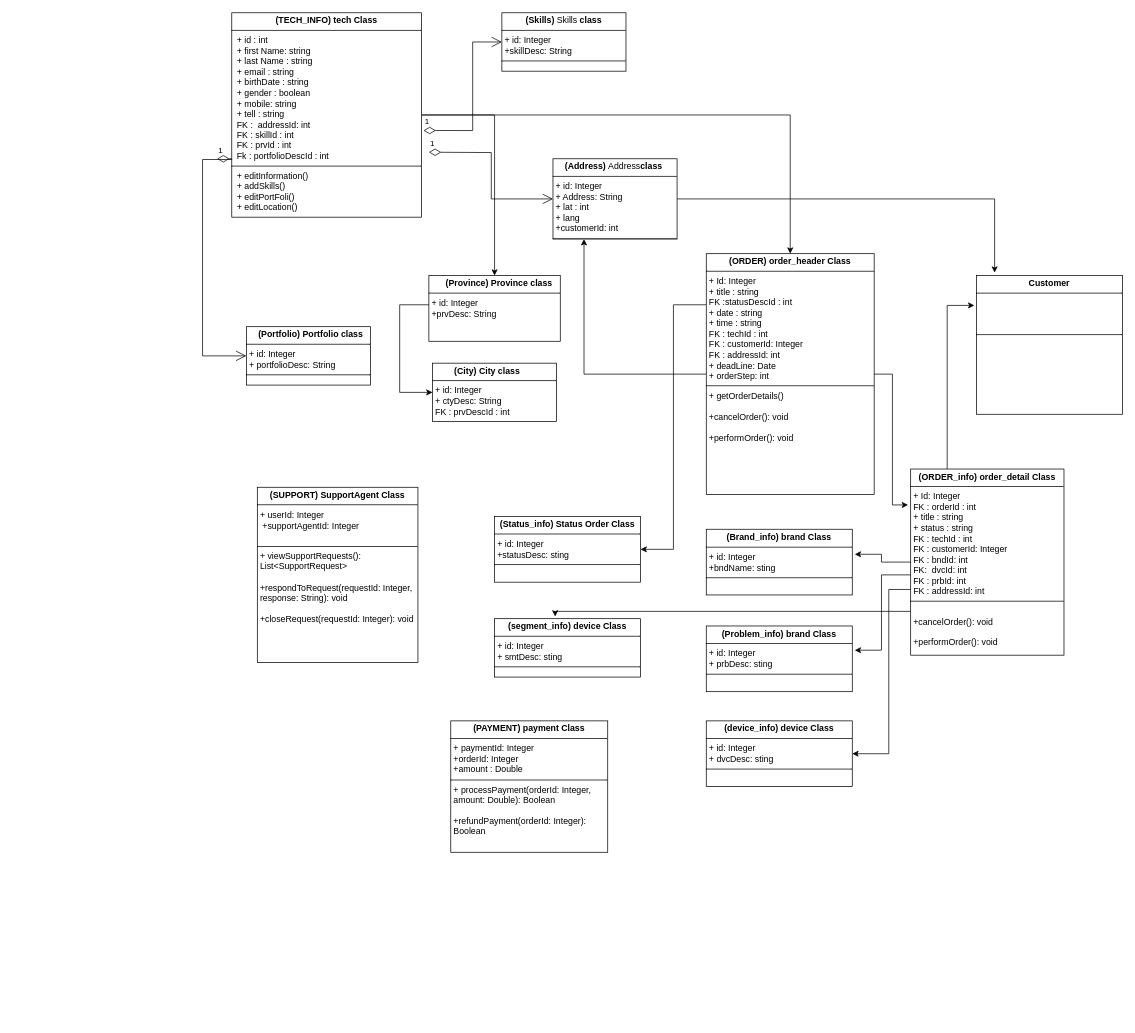
Earlier version of the draw.io diagram tech.drawio (reyhanehSP/pwaTech). Source tidied: cells renumbered, new cells numbered last; positions are measured from the earlier drawing's top-left corner, leaving out a move shared by most shapes. Both pictures are drawn from the tidied source at 73%, with x=0, y=0 at pixel (202, 12).
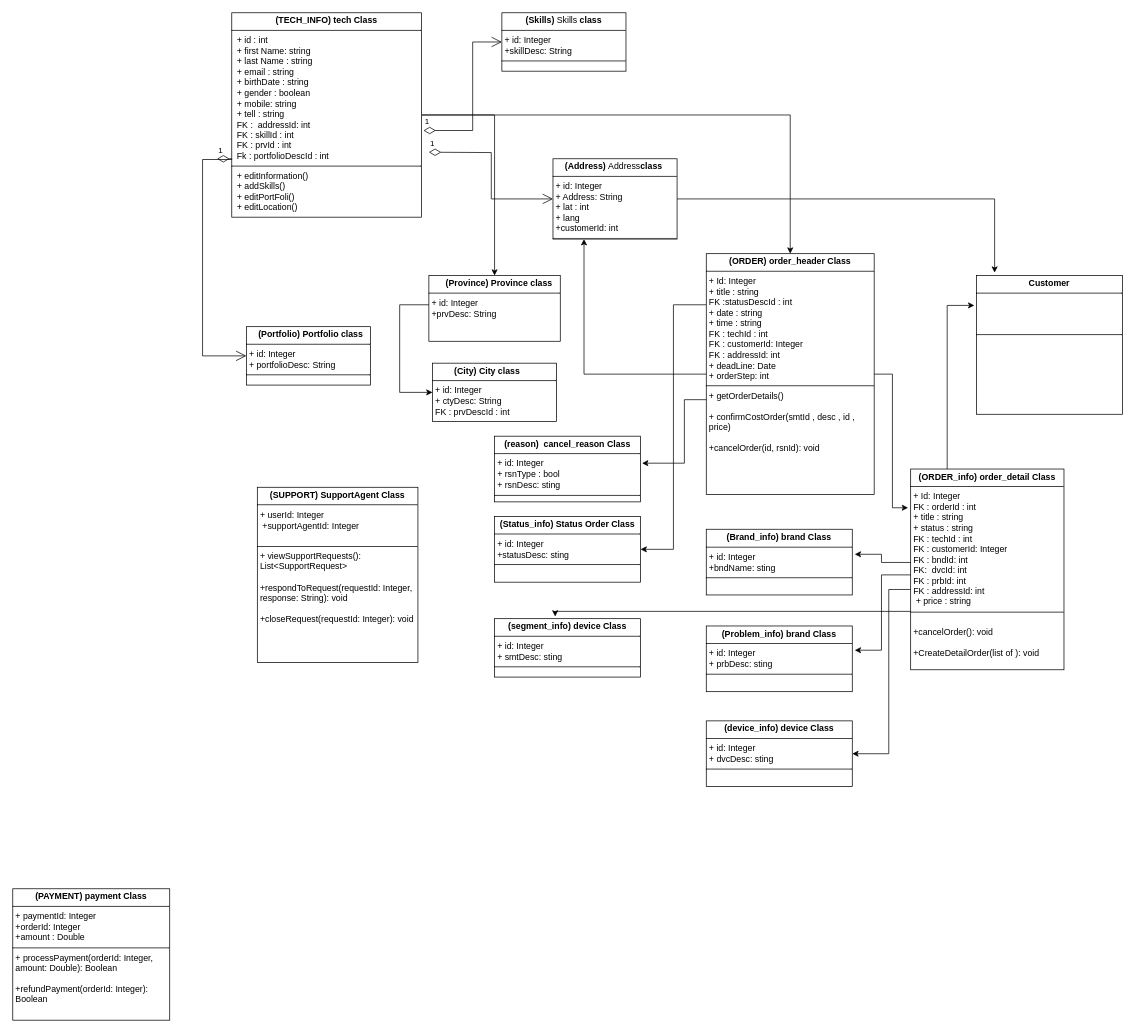
After the change.

The edit, as a diff of the source:
```diff
@@
-    <mxCell id="8" value="&lt;p style=&quot;margin:0px;margin-top:4px;text-align:center;&quot;&gt;&lt;b&gt;(ORDER)&amp;nbsp;&lt;/b&gt;&lt;b style=&quot;background-color: initial;&quot;&gt;order_header Class&lt;/b&gt;&lt;/p&gt;&lt;hr size=&quot;1&quot; style=&quot;border-style:solid;&quot;&gt;&lt;p style=&quot;margin:0px;margin-left:4px;&quot;&gt;+ Id: Integer&lt;/p&gt;&lt;p style=&quot;margin:0px;margin-left:4px;&quot;&gt;+ title : string&lt;/p&gt;&lt;p style=&quot;margin:0px;margin-left:4px;&quot;&gt;FK :statusDescId : int&lt;br&gt;+ date : string&lt;br&gt;+ time : string&lt;/p&gt;&lt;p style=&quot;margin:0px;margin-left:4px;&quot;&gt;&lt;span style=&quot;background-color: initial;&quot;&gt;FK :&lt;/span&gt;&amp;nbsp;techId : int&lt;br&gt;&lt;/p&gt;&lt;p style=&quot;margin:0px;margin-left:4px;&quot;&gt;FK : customerId: Integer&lt;/p&gt;&lt;p style=&quot;margin:0px;margin-left:4px;&quot;&gt;FK :&amp;nbsp;addressId: int&lt;/p&gt;&lt;p style=&quot;margin:0px;margin-left:4px;&quot;&gt;+ deadLine: Date&lt;/p&gt;&lt;p style=&quot;margin:0px;margin-left:4px;&quot;&gt;+ orderStep: int&amp;nbsp;&lt;/p&gt;&lt;hr size=&quot;1&quot; style=&quot;border-style:solid;&quot;&gt;&lt;p style=&quot;margin:0px;margin-left:4px;&quot;&gt;+ getOrderDetails()&lt;br&gt;&lt;br&gt;+cancelOrder(): void&lt;br&gt;&lt;br&gt;+performOrder(): void&lt;br&gt;&lt;/p&gt;" style="verticalAlign=top;align=left;overflow=fill;html=1;whiteSpace=wrap;" parent="1" vertex="1">
+    <mxCell id="8" value="&lt;p style=&quot;margin:0px;margin-top:4px;text-align:center;&quot;&gt;&lt;b&gt;(ORDER)&amp;nbsp;&lt;/b&gt;&lt;b style=&quot;background-color: initial;&quot;&gt;order_header Class&lt;/b&gt;&lt;/p&gt;&lt;hr size=&quot;1&quot; style=&quot;border-style:solid;&quot;&gt;&lt;p style=&quot;margin:0px;margin-left:4px;&quot;&gt;+ Id: Integer&lt;/p&gt;&lt;p style=&quot;margin:0px;margin-left:4px;&quot;&gt;+ title : string&lt;/p&gt;&lt;p style=&quot;margin:0px;margin-left:4px;&quot;&gt;FK :statusDescId : int&lt;br&gt;+ date : string&lt;br&gt;+ time : string&lt;/p&gt;&lt;p style=&quot;margin:0px;margin-left:4px;&quot;&gt;&lt;span style=&quot;background-color: initial;&quot;&gt;FK :&lt;/span&gt;&amp;nbsp;techId : int&lt;br&gt;&lt;/p&gt;&lt;p style=&quot;margin:0px;margin-left:4px;&quot;&gt;FK : customerId: Integer&lt;/p&gt;&lt;p style=&quot;margin:0px;margin-left:4px;&quot;&gt;FK :&amp;nbsp;addressId: int&lt;/p&gt;&lt;p style=&quot;margin:0px;margin-left:4px;&quot;&gt;+ deadLine: Date&lt;/p&gt;&lt;p style=&quot;margin:0px;margin-left:4px;&quot;&gt;+ orderStep: int&amp;nbsp;&lt;/p&gt;&lt;hr size=&quot;1&quot; style=&quot;border-style:solid;&quot;&gt;&lt;p style=&quot;margin:0px;margin-left:4px;&quot;&gt;+ getOrderDetails()&lt;/p&gt;&lt;p style=&quot;margin:0px;margin-left:4px;&quot;&gt;&lt;br&gt;+ confirmCostOrder(smtId , desc , id , price)&lt;/p&gt;&lt;p style=&quot;margin:0px;margin-left:4px;&quot;&gt;&lt;br&gt;&lt;/p&gt;&lt;p style=&quot;margin:0px;margin-left:4px;&quot;&gt;+cancelOrder(id, rsnId): void&lt;/p&gt;&lt;p style=&quot;margin:0px;margin-left:4px;&quot;&gt;&lt;br&gt;&lt;br&gt;&lt;/p&gt;" style="verticalAlign=top;align=left;overflow=fill;html=1;whiteSpace=wrap;" parent="1" vertex="1">
       <mxGeometry x="690" y="330" width="230" height="330" as="geometry" />
     </mxCell>
@@
     <mxCell id="11" value="&lt;p style=&quot;margin:0px;margin-top:4px;text-align:center;&quot;&gt;&lt;b&gt;(PAYMENT) payment Class&lt;/b&gt;&lt;br&gt;&lt;/p&gt;&lt;hr size=&quot;1&quot; style=&quot;border-style:solid;&quot;&gt;&lt;p style=&quot;margin:0px;margin-left:4px;&quot;&gt;+ paymentId: Integer&lt;/p&gt;&lt;p style=&quot;margin:0px;margin-left:4px;&quot;&gt;+orderId:&amp;nbsp;&lt;span style=&quot;background-color: initial;&quot;&gt;Integer&lt;/span&gt;&lt;/p&gt;&lt;p style=&quot;margin:0px;margin-left:4px;&quot;&gt;+amount :&amp;nbsp;Double&lt;/p&gt;&lt;hr size=&quot;1&quot; style=&quot;border-style:solid;&quot;&gt;&lt;p style=&quot;margin:0px;margin-left:4px;&quot;&gt;+ processPayment(orderId: Integer, amount: Double): Boolean&lt;br&gt;&lt;br&gt;+refundPayment(orderId: Integer): Boolean&lt;br&gt;&lt;br&gt;&lt;br&gt;&lt;/p&gt;" style="verticalAlign=top;align=left;overflow=fill;html=1;whiteSpace=wrap;" parent="1" vertex="1">
-      <mxGeometry x="340" y="970" width="215" height="180" as="geometry" />
+      <mxGeometry x="-260" y="1200" width="215" height="180" as="geometry" />
     </mxCell>
@@
-    <mxCell id="24" value="&lt;p style=&quot;margin:0px;margin-top:4px;text-align:center;&quot;&gt;&lt;b&gt;(ORDER_info)&amp;nbsp;&lt;/b&gt;&lt;b style=&quot;background-color: initial;&quot;&gt;order_detail Class&lt;/b&gt;&lt;/p&gt;&lt;hr size=&quot;1&quot; style=&quot;border-style:solid;&quot;&gt;&lt;p style=&quot;margin:0px;margin-left:4px;&quot;&gt;+ Id: Integer&lt;/p&gt;&lt;p style=&quot;margin:0px;margin-left:4px;&quot;&gt;FK : orderId : int&lt;/p&gt;&lt;p style=&quot;margin:0px;margin-left:4px;&quot;&gt;+ title : string&lt;/p&gt;&lt;p style=&quot;margin:0px;margin-left:4px;&quot;&gt;+ status : string&lt;br&gt;&lt;/p&gt;&lt;p style=&quot;margin:0px;margin-left:4px;&quot;&gt;FK : techId : int&lt;br&gt;&lt;/p&gt;&lt;p style=&quot;margin:0px;margin-left:4px;&quot;&gt;FK : customerId: Integer&lt;/p&gt;&lt;p style=&quot;margin:0px;margin-left:4px;&quot;&gt;FK : bndId: int&lt;/p&gt;&lt;p style=&quot;margin:0px;margin-left:4px;&quot;&gt;FK:&amp;nbsp; dvcId: int&lt;br&gt;FK : prbId: int&lt;br&gt;FK : addressId: int&lt;/p&gt;&lt;hr size=&quot;1&quot; style=&quot;border-style:solid;&quot;&gt;&lt;p style=&quot;margin:0px;margin-left:4px;&quot;&gt;&lt;br&gt;+cancelOrder(): void&lt;br&gt;&lt;br&gt;+performOrder(): void&lt;br&gt;&lt;/p&gt;" style="verticalAlign=top;align=left;overflow=fill;html=1;whiteSpace=wrap;" parent="1" vertex="1">
-      <mxGeometry x="970" y="625" width="210" height="255" as="geometry" />
+    <mxCell id="24" value="&lt;p style=&quot;margin:0px;margin-top:4px;text-align:center;&quot;&gt;&lt;b&gt;(ORDER_info)&amp;nbsp;&lt;/b&gt;&lt;b style=&quot;background-color: initial;&quot;&gt;order_detail Class&lt;/b&gt;&lt;/p&gt;&lt;hr size=&quot;1&quot; style=&quot;border-style:solid;&quot;&gt;&lt;p style=&quot;margin:0px;margin-left:4px;&quot;&gt;+ Id: Integer&lt;/p&gt;&lt;p style=&quot;margin:0px;margin-left:4px;&quot;&gt;FK : orderId : int&lt;/p&gt;&lt;p style=&quot;margin:0px;margin-left:4px;&quot;&gt;+ title : string&lt;/p&gt;&lt;p style=&quot;margin:0px;margin-left:4px;&quot;&gt;+ status : string&lt;br&gt;&lt;/p&gt;&lt;p style=&quot;margin:0px;margin-left:4px;&quot;&gt;FK : techId : int&lt;br&gt;&lt;/p&gt;&lt;p style=&quot;margin:0px;margin-left:4px;&quot;&gt;FK : customerId: Integer&lt;/p&gt;&lt;p style=&quot;margin:0px;margin-left:4px;&quot;&gt;FK : bndId: int&lt;/p&gt;&lt;p style=&quot;margin:0px;margin-left:4px;&quot;&gt;FK:&amp;nbsp; dvcId: int&lt;br&gt;FK : prbId: int&lt;br&gt;FK : addressId: int&lt;/p&gt;&lt;p style=&quot;margin:0px;margin-left:4px;&quot;&gt;&amp;nbsp;+ price : string&lt;/p&gt;&lt;hr size=&quot;1&quot; style=&quot;border-style:solid;&quot;&gt;&lt;p style=&quot;margin:0px;margin-left:4px;&quot;&gt;&lt;br&gt;+cancelOrder(): void&lt;br&gt;&lt;br&gt;&lt;span style=&quot;background-color: initial;&quot;&gt;+CreateDetailOrder(list of ): void&lt;/span&gt;&lt;br&gt;&lt;/p&gt;" style="verticalAlign=top;align=left;overflow=fill;html=1;whiteSpace=wrap;" parent="1" vertex="1">
+      <mxGeometry x="970" y="625" width="210" height="275" as="geometry" />
     </mxCell>
@@
+    <mxCell id="34" value="&lt;p style=&quot;margin:0px;margin-top:4px;text-align:center;&quot;&gt;&lt;b&gt;(&lt;/b&gt;&lt;span style=&quot;background-color: initial; text-align: left;&quot;&gt;&lt;b&gt;reason&lt;/b&gt;&lt;/span&gt;&lt;span style=&quot;background-color: initial;&quot;&gt;&lt;b&gt;)&amp;nbsp; cancel_reason Class&lt;/b&gt;&lt;/span&gt;&lt;/p&gt;&lt;hr size=&quot;1&quot; style=&quot;border-style:solid;&quot;&gt;&lt;p style=&quot;margin:0px;margin-left:4px;&quot;&gt;+ id: Integer&lt;/p&gt;&lt;p style=&quot;margin:0px;margin-left:4px;&quot;&gt;+ rsnType : bool&lt;/p&gt;&lt;p style=&quot;margin:0px;margin-left:4px;&quot;&gt;+ rsnDesc:&amp;nbsp;&lt;span style=&quot;background-color: initial;&quot;&gt;sting&lt;/span&gt;&lt;/p&gt;&lt;hr size=&quot;1&quot; style=&quot;border-style:solid;&quot;&gt;&lt;p style=&quot;margin:0px;margin-left:4px;&quot;&gt;&lt;br&gt;&lt;br&gt;&lt;br&gt;&lt;/p&gt;" style="verticalAlign=top;align=left;overflow=fill;html=1;whiteSpace=wrap;" parent="1" vertex="1">
+      <mxGeometry x="400" y="580" width="200" height="90" as="geometry" />
+    </mxCell>
+    <mxCell id="35" style="edgeStyle=orthogonalEdgeStyle;rounded=0;jettySize=auto;html=1;entryX=1.01;entryY=0.411;entryDx=0;entryDy=0;entryPerimeter=0;" parent="1" edge="1" source="8" target="34">
+      <mxGeometry relative="1" as="geometry">
+        <Array as="points">
+          <mxPoint x="660" y="530" />
+          <mxPoint x="660" y="617" />
+        </Array>
+      </mxGeometry>
+    </mxCell>
```
